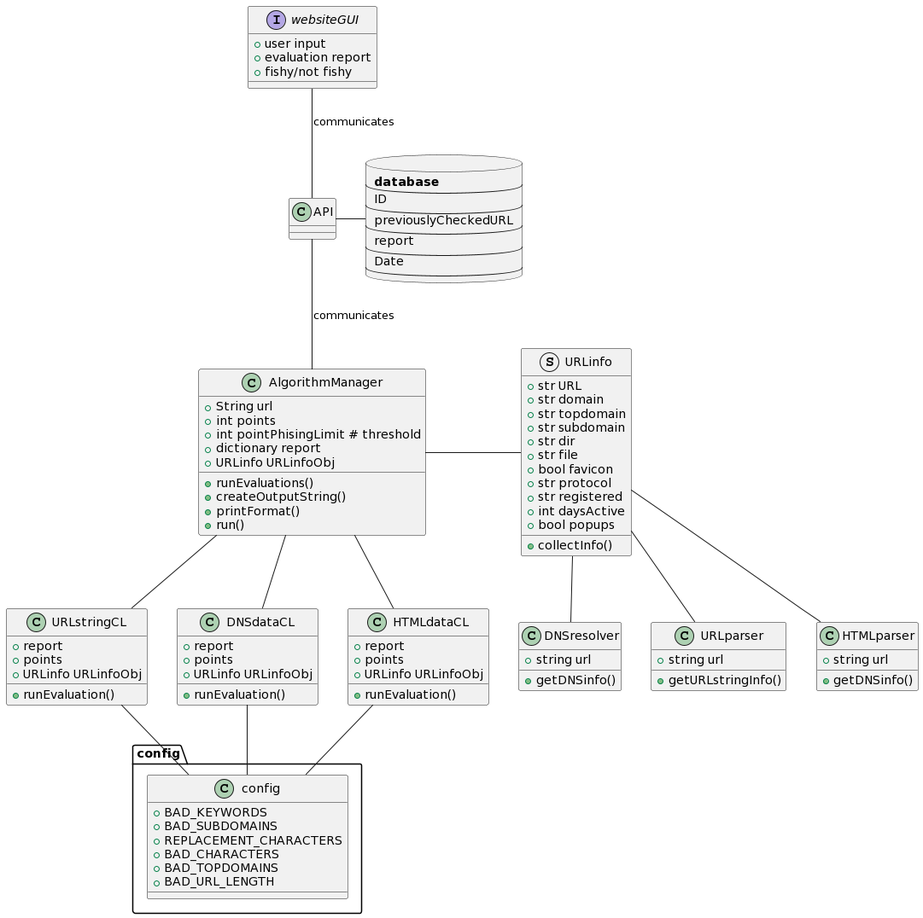
The PlantUML diagram softhouse_UML.png in Purcs3d/phishing-softhouse, before a commit.
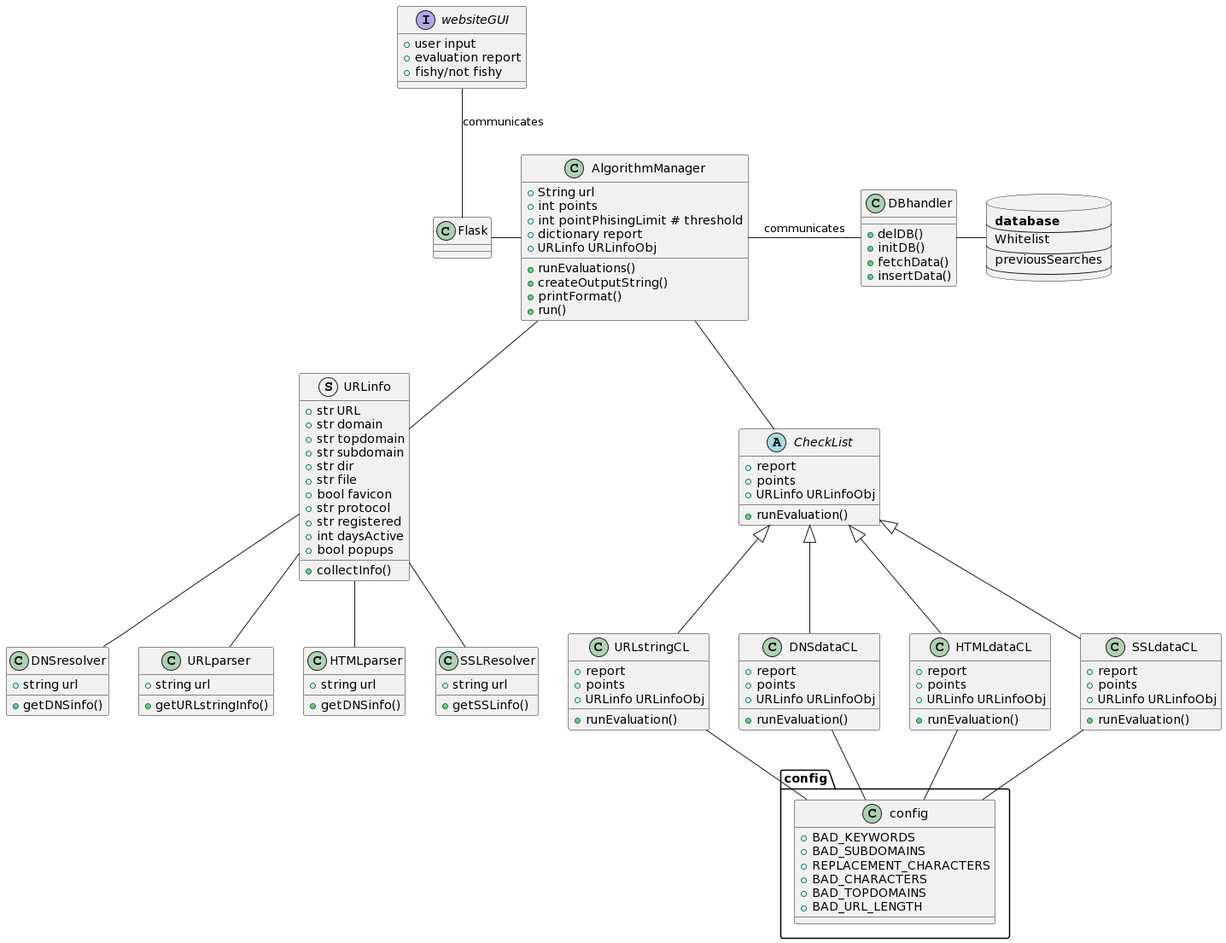
Above is the later version.

Commit message:
updated UML diagrams

The edit, as a diff of the source:
```diff
@@ -13,6 +13,12 @@
    +int daysActive
    +bool popups
    +collectInfo()
+}
+abstract class CheckList {
+  + report
+  + points
+  + URLinfo URLinfoObj
+  + runEvaluation()
 }
 class URLstringCL {
   + report
@@ -40,19 +46,18 @@
   + BAD_TOPDOMAINS
   + BAD_URL_LENGTH
 }
-class API {
-
+class DBhandler {
+  + delDB()
+  + initDB()
+  + fetchData()
+  + insertData()
 }
 database APIdatabase [
 <b>database
 ----
-ID
+Whitelist
 ----
-previouslyCheckedURL
-----
-report
-----
-Date
+previousSearches
 ----
 ]
 class DNSresolver {
@@ -66,6 +71,16 @@
 class HTMLparser {
   + string url
   + getDNSinfo()
+}
+class SSLResolver {
+  + string url
+  + getSSLinfo()
+}
+class SSLdataCL {
+  + report
+  + points
+  + URLinfo URLinfoObj
+  + runEvaluation()
 }
 interface websiteGUI {
   + user input
@@ -82,19 +97,26 @@
   + createOutputString()
   + printFormat()
   + run()
+}
+class Flask {
 
 }
-AlgorithmManager --  HTMLdataCL
-AlgorithmManager -- URLstringCL
-AlgorithmManager -- DNSdataCL
+AlgorithmManager -- CheckList
+CheckList <|--  HTMLdataCL
+CheckList <|-- URLstringCL
+CheckList <|-- DNSdataCL
+CheckList <|-- SSLdataCL
+SSLdataCL -- config.config
 HTMLdataCL -- config.config
 URLstringCL -- config.config
 DNSdataCL -- config.config
-AlgorithmManager - URLinfo
-websiteGUI -- API : communicates
-API -- AlgorithmManager : communicates
+AlgorithmManager -- URLinfo
+websiteGUI -- Flask : communicates
+Flask - AlgorithmManager
+AlgorithmManager - DBhandler : communicates
 URLinfo -- DNSresolver
 URLinfo -- URLparser
 URLinfo -- HTMLparser
-API - APIdatabase
+URLinfo -- SSLResolver
+DBhandler - APIdatabase
 @enduml
```
